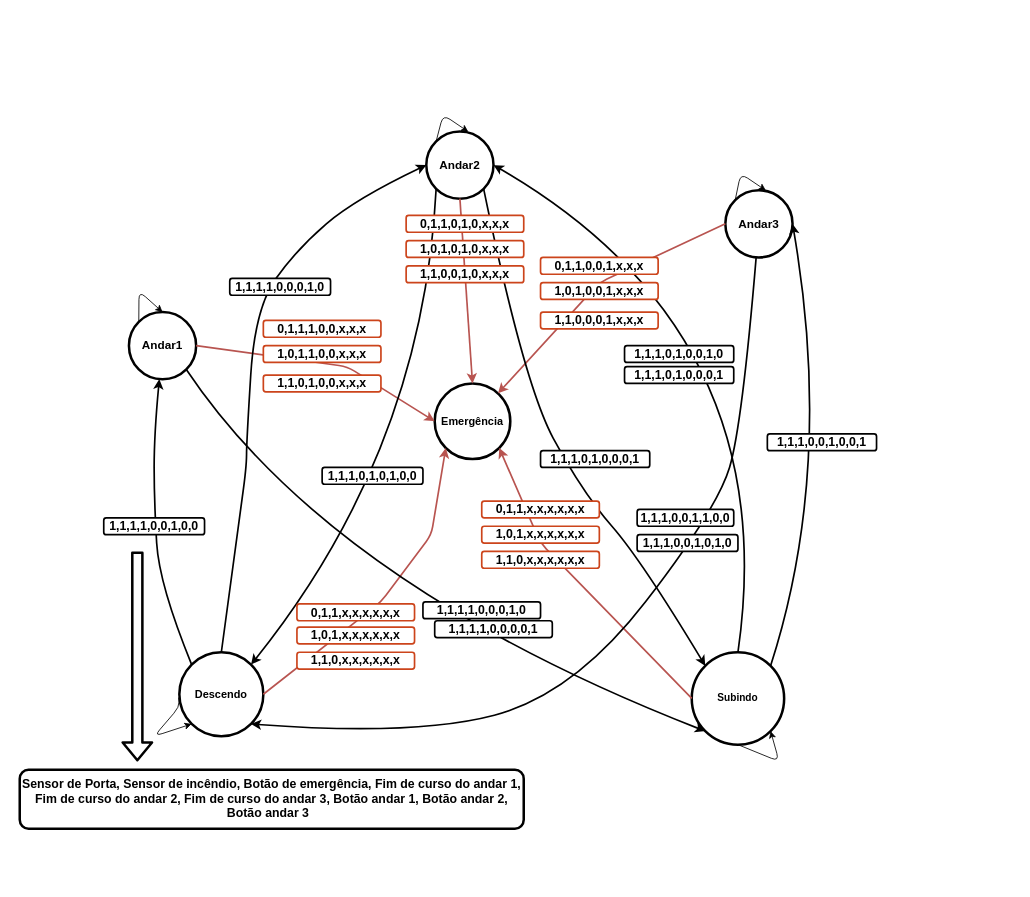
Above: GB/Elevador/Elevador.drawio in davischmitz/prototipacao-digital (draw.io), before the change. Source tidied: cells renumbered, new cells numbered last; positions are measured from the earlier drawing's top-left corner, leaving out a move shared by most shapes. Both pictures are drawn from the tidied source at 84%, with x=0, y=0 at pixel (19, 114).
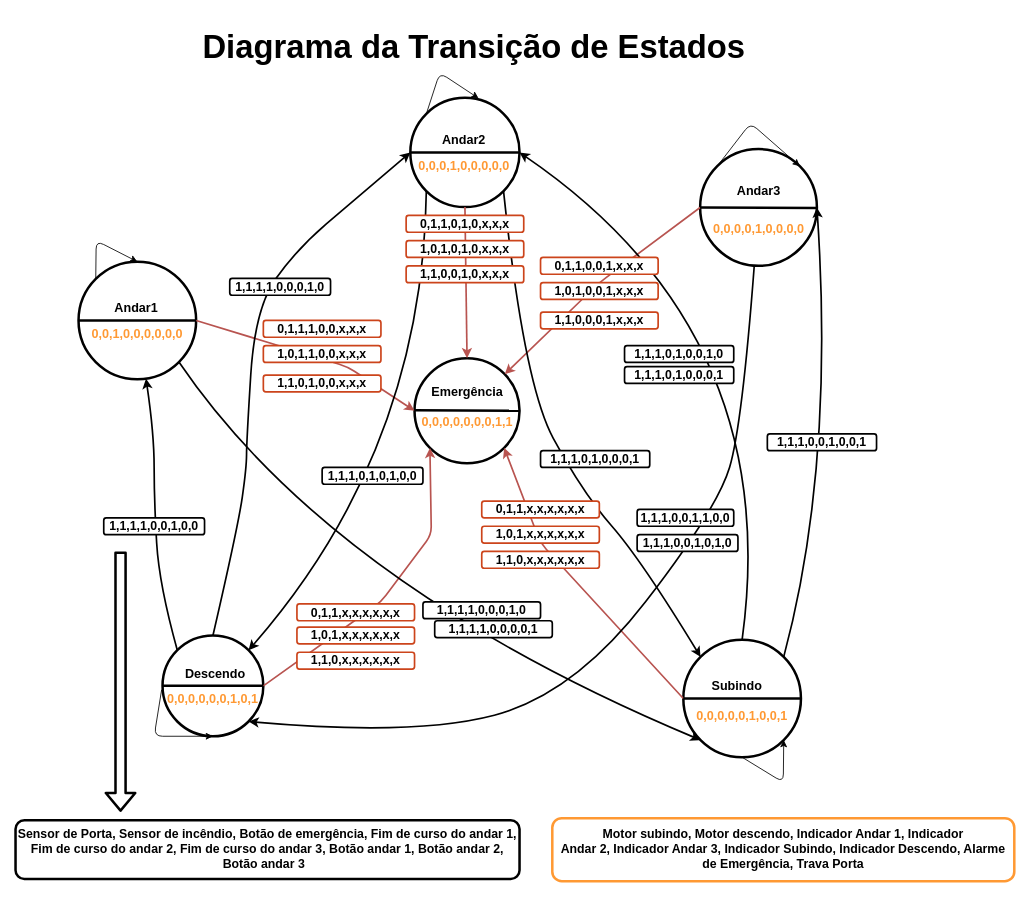
The same diagram, later.

Commit message (it also covers changes not shown here):
feat(elevador): atualizando diagrama

What changed in the source:
```diff
@@
-    <mxCell id="2" value="&lt;b&gt;&lt;font style=&quot;font-size: 14px&quot;&gt;Andar1&lt;/font&gt;&lt;/b&gt;" style="ellipse;whiteSpace=wrap;html=1;strokeWidth=3;" parent="1" vertex="1">
-      <mxGeometry x="130" y="235" width="80" height="80" as="geometry" />
+    <mxCell id="2" style="ellipse;whiteSpace=wrap;html=1;strokeWidth=3;" parent="1" vertex="1">
+      <mxGeometry x="70" y="175" width="140" height="140" as="geometry" />
     </mxCell>
-    <mxCell id="3" value="&lt;b style=&quot;font-size: 14px&quot;&gt;Andar2&lt;/b&gt;" style="ellipse;whiteSpace=wrap;html=1;strokeWidth=3;" parent="1" vertex="1">
-      <mxGeometry x="484" y="20" width="80" height="80" as="geometry" />
+    <mxCell id="3" style="ellipse;whiteSpace=wrap;html=1;strokeWidth=3;" parent="1" vertex="1">
+      <mxGeometry x="465" y="-20" width="130" height="130" as="geometry" />
     </mxCell>
-    <mxCell id="4" value="&lt;b&gt;&lt;font style=&quot;font-size: 14px&quot;&gt;Andar3&lt;/font&gt;&lt;/b&gt;" style="ellipse;whiteSpace=wrap;html=1;strokeWidth=3;" parent="1" vertex="1">
-      <mxGeometry x="840" y="90" width="80" height="80" as="geometry" />
+    <mxCell id="4" style="ellipse;whiteSpace=wrap;html=1;strokeWidth=3;" parent="1" vertex="1">
+      <mxGeometry x="810" y="41" width="139" height="139" as="geometry" />
     </mxCell>
-    <mxCell id="5" value="&lt;b&gt;Subindo&lt;/b&gt;" style="ellipse;whiteSpace=wrap;html=1;strokeWidth=3;" parent="1" vertex="1">
-      <mxGeometry x="800" y="640" width="110" height="110" as="geometry" />
+    <mxCell id="5" style="ellipse;whiteSpace=wrap;html=1;strokeWidth=3;" parent="1" vertex="1">
+      <mxGeometry x="790" y="625" width="140" height="140" as="geometry" />
     </mxCell>
-    <mxCell id="6" value="&lt;b&gt;&lt;font style=&quot;font-size: 13px&quot;&gt;Descendo&lt;/font&gt;&lt;/b&gt;" style="ellipse;whiteSpace=wrap;html=1;strokeWidth=3;" parent="1" vertex="1">
-      <mxGeometry x="190" y="640" width="100" height="100" as="geometry" />
+    <mxCell id="6" style="ellipse;whiteSpace=wrap;html=1;strokeWidth=3;" parent="1" vertex="1">
+      <mxGeometry x="170" y="620" width="120" height="120" as="geometry" />
     </mxCell>
-    <mxCell id="7" value="&lt;b&gt;&lt;font style=&quot;font-size: 13px&quot;&gt;Emergência&lt;/font&gt;&lt;/b&gt;" style="ellipse;whiteSpace=wrap;html=1;strokeWidth=3;" parent="1" vertex="1">
-      <mxGeometry x="494" y="320" width="90" height="90" as="geometry" />
+    <mxCell id="7" style="ellipse;whiteSpace=wrap;html=1;strokeWidth=3;" parent="1" vertex="1">
+      <mxGeometry x="470" y="290" width="125" height="125" as="geometry" />
     </mxCell>
@@
     <mxCell id="21" style="endArrow=classic;html=1;exitX=0;exitY=0;exitDx=0;exitDy=0;entryX=0.625;entryY=0.004;entryDx=0;entryDy=0;entryPerimeter=0;" parent="1" edge="1" source="3" target="3">
       <mxGeometry relative="1" as="geometry">
         <Array as="points">
-          <mxPoint x="504" />
+          <mxPoint x="500" y="-50" />
         </Array>
       </mxGeometry>
     </mxCell>
@@
-    <mxCell id="32" style="endArrow=classic;html=1;entryX=0.625;entryY=0.004;entryDx=0;entryDy=0;entryPerimeter=0;exitX=0;exitY=0;exitDx=0;exitDy=0;" parent="1" edge="1" source="4">
+    <mxCell id="32" style="endArrow=classic;html=1;entryX=1;entryY=0;entryDx=0;entryDy=0;exitX=0;exitY=0;exitDx=0;exitDy=0;" parent="1" edge="1" source="4" target="4">
       <mxGeometry relative="1" as="geometry">
-        <mxPoint x="888.3" y="90.3" as="targetPoint" />
         <Array as="points">
-          <mxPoint x="858.3" y="70" />
+          <mxPoint x="870" y="10" />
         </Array>
       </mxGeometry>
     </mxCell>
     <mxCell id="33" style="endArrow=classic;html=1;entryX=0.5;entryY=0;entryDx=0;entryDy=0;exitX=0;exitY=0;exitDx=0;exitDy=0;" parent="1" edge="1" source="2" target="2">
       <mxGeometry relative="1" as="geometry">
         <Array as="points">
-          <mxPoint x="142" y="210" />
+          <mxPoint x="91" y="150" />
         </Array>
       </mxGeometry>
     </mxCell>
-    <mxCell id="34" style="endArrow=classic;html=1;exitX=-0.009;exitY=0.539;exitDx=0;exitDy=0;entryX=0;entryY=1;entryDx=0;entryDy=0;exitPerimeter=0;" parent="1" edge="1" source="6" target="6">
+    <mxCell id="34" style="endArrow=classic;html=1;exitX=-0.009;exitY=0.539;exitDx=0;exitDy=0;entryX=0.5;entryY=1;entryDx=0;entryDy=0;exitPerimeter=0;" parent="1" edge="1" source="6" target="6">
       <mxGeometry relative="1" as="geometry">
         <Array as="points">
-          <mxPoint x="190" y="705" />
           <mxPoint x="160" y="740" />
         </Array>
       </mxGeometry>
     </mxCell>
     <mxCell id="35" style="endArrow=classic;html=1;exitX=0.5;exitY=1;exitDx=0;exitDy=0;entryX=1;entryY=1;entryDx=0;entryDy=0;" parent="1" edge="1" source="5" target="5">
       <mxGeometry relative="1" as="geometry">
         <Array as="points">
-          <mxPoint x="904" y="770" />
+          <mxPoint x="909" y="795" />
         </Array>
       </mxGeometry>
     </mxCell>
     <mxCell id="36" style="shape=flexArrow;endArrow=classic;html=1;strokeWidth=3;" parent="1" edge="1">
       <mxGeometry relative="1" as="geometry">
-        <mxPoint x="140" y="520" as="sourcePoint" />
-        <mxPoint x="140" y="770" as="targetPoint" />
+        <mxPoint x="120" y="520" as="sourcePoint" />
+        <mxPoint x="120" y="830" as="targetPoint" />
       </mxGeometry>
     </mxCell>
     <mxCell id="37" value="&lt;font face=&quot;arial&quot;&gt;&lt;span style=&quot;font-size: 14.6667px&quot;&gt;&lt;b&gt;Sensor de Porta, Sensor de incêndio, Botão de emergência, Fim de curso do andar 1, Fim de curso do andar 2, Fim de curso do andar 3, Botão andar 1, Botão andar 2, Botão andar 3&amp;nbsp;&amp;nbsp;&lt;/b&gt;&lt;/span&gt;&lt;/font&gt;" style="text;html=1;align=center;verticalAlign=middle;whiteSpace=wrap;rounded=1;shadow=0;strokeColor=#000000;glass=0;fillColor=#ffffff;strokeWidth=3;" parent="1" vertex="1">
-      <mxGeometry y="780" width="600" height="70" as="geometry" />
+      <mxGeometry x="-5" y="840" width="600" height="70" as="geometry" />
     </mxCell>
@@
+    <mxCell id="54" value="&lt;b&gt;&lt;font style=&quot;font-size: 15px&quot;&gt;Andar2&lt;/font&gt;&lt;/b&gt;" style="text;html=1;strokeColor=none;fillColor=none;align=center;verticalAlign=middle;whiteSpace=wrap;rounded=0;strokeWidth=3;" parent="1" vertex="1">
+      <mxGeometry x="509" y="15" width="40" height="30" as="geometry" />
+    </mxCell>
+    <mxCell id="55" style="endArrow=none;html=1;strokeWidth=3;exitX=0;exitY=0.5;exitDx=0;exitDy=0;entryX=1;entryY=0.5;entryDx=0;entryDy=0;" parent="1" edge="1" source="3" target="3">
+      <mxGeometry relative="1" as="geometry" />
+    </mxCell>
+    <mxCell id="56" value="&lt;span style=&quot;font-size: 15px&quot;&gt;&lt;b&gt;&lt;font color=&quot;#ff9933&quot;&gt;0,0,0,1,0,0,0,0,0&lt;/font&gt;&lt;/b&gt;&lt;/span&gt;" style="text;html=1;strokeColor=none;fillColor=none;align=center;verticalAlign=middle;whiteSpace=wrap;rounded=0;" parent="1" vertex="1">
+      <mxGeometry x="509" y="45" width="40" height="30" as="geometry" />
+    </mxCell>
+    <mxCell id="57" value="&lt;b&gt;&lt;font style=&quot;font-size: 15px&quot;&gt;Andar1&lt;/font&gt;&lt;/b&gt;" style="text;html=1;strokeColor=none;fillColor=none;align=center;verticalAlign=middle;whiteSpace=wrap;rounded=0;strokeWidth=3;" parent="1" vertex="1">
+      <mxGeometry x="119" y="215" width="40" height="30" as="geometry" />
+    </mxCell>
+    <mxCell id="58" style="endArrow=none;html=1;strokeWidth=3;exitX=0;exitY=0.5;exitDx=0;exitDy=0;" parent="1" edge="1" source="2">
+      <mxGeometry relative="1" as="geometry">
+        <mxPoint x="210" y="245" as="targetPoint" />
+      </mxGeometry>
+    </mxCell>
+    <mxCell id="59" value="&lt;b&gt;&lt;font style=&quot;font-size: 15px&quot;&gt;Andar3&lt;/font&gt;&lt;/b&gt;" style="text;html=1;strokeColor=none;fillColor=none;align=center;verticalAlign=middle;whiteSpace=wrap;rounded=0;strokeWidth=3;" parent="1" vertex="1">
+      <mxGeometry x="859.5" y="75" width="40" height="30" as="geometry" />
+    </mxCell>
+    <mxCell id="60" style="endArrow=none;html=1;strokeWidth=3;exitX=0;exitY=0.5;exitDx=0;exitDy=0;" parent="1" edge="1" source="4">
+      <mxGeometry relative="1" as="geometry">
+        <mxPoint x="950" y="111" as="targetPoint" />
+      </mxGeometry>
+    </mxCell>
+    <mxCell id="61" value="&lt;b style=&quot;font-size: 15px&quot;&gt;&lt;font color=&quot;#ff9933&quot;&gt;0,0,0,0,1,0,0,0,0&lt;/font&gt;&lt;/b&gt;" style="text;html=1;strokeColor=none;fillColor=none;align=center;verticalAlign=middle;whiteSpace=wrap;rounded=0;" parent="1" vertex="1">
+      <mxGeometry x="859.5" y="120" width="40" height="30" as="geometry" />
+    </mxCell>
+    <mxCell id="62" value="&lt;b&gt;&lt;font style=&quot;font-size: 15px&quot;&gt;Subindo&lt;/font&gt;&lt;/b&gt;" style="text;html=1;strokeColor=none;fillColor=none;align=center;verticalAlign=middle;whiteSpace=wrap;rounded=0;strokeWidth=3;" parent="1" vertex="1">
+      <mxGeometry x="834" y="665" width="40" height="30" as="geometry" />
+    </mxCell>
+    <mxCell id="63" style="endArrow=none;html=1;strokeWidth=3;entryX=1;entryY=0.5;entryDx=0;entryDy=0;" parent="1" edge="1" target="5">
+      <mxGeometry relative="1" as="geometry">
+        <mxPoint x="790" y="695" as="sourcePoint" />
+      </mxGeometry>
+    </mxCell>
+    <mxCell id="64" value="&lt;b&gt;&lt;font style=&quot;font-size: 15px&quot;&gt;Descendo&lt;/font&gt;&lt;/b&gt;" style="text;html=1;strokeColor=none;fillColor=none;align=center;verticalAlign=middle;whiteSpace=wrap;rounded=0;strokeWidth=3;" parent="1" vertex="1">
+      <mxGeometry x="213" y="650" width="40" height="30" as="geometry" />
+    </mxCell>
+    <mxCell id="65" style="endArrow=none;html=1;strokeWidth=3;exitX=0;exitY=0.5;exitDx=0;exitDy=0;" parent="1" edge="1" source="6">
+      <mxGeometry relative="1" as="geometry">
+        <mxPoint x="290" y="680" as="targetPoint" />
+      </mxGeometry>
+    </mxCell>
+    <mxCell id="66" value="&lt;b&gt;&lt;font style=&quot;font-size: 15px&quot;&gt;Emergência&lt;/font&gt;&lt;/b&gt;" style="text;html=1;strokeColor=none;fillColor=none;align=center;verticalAlign=middle;whiteSpace=wrap;rounded=0;strokeWidth=3;" parent="1" vertex="1">
+      <mxGeometry x="512.5" y="315" width="40" height="30" as="geometry" />
+    </mxCell>
+    <mxCell id="67" style="endArrow=none;html=1;strokeWidth=3;entryX=1;entryY=0.5;entryDx=0;entryDy=0;" parent="1" edge="1" target="7">
+      <mxGeometry relative="1" as="geometry">
+        <mxPoint x="470" y="352" as="sourcePoint" />
+      </mxGeometry>
+    </mxCell>
+    <mxCell id="68" value="&lt;h1&gt;&lt;font style=&quot;font-size: 39px&quot;&gt;Diagrama da Transição de Estados&lt;/font&gt;&lt;/h1&gt;" style="text;html=1;strokeColor=none;fillColor=none;align=center;verticalAlign=middle;whiteSpace=wrap;rounded=0;strokeWidth=6;" parent="1" vertex="1">
+      <mxGeometry x="208" y="-90" width="666" height="20" as="geometry" />
+    </mxCell>
+    <mxCell id="69" value="&lt;font face=&quot;arial&quot;&gt;&lt;span style=&quot;font-size: 14.6667px&quot;&gt;&lt;b&gt;Motor subindo, Motor descendo, Indicador Andar 1,&amp;nbsp;&lt;/b&gt;&lt;/span&gt;&lt;/font&gt;&lt;b style=&quot;font-family: &amp;#34;arial&amp;#34; ; font-size: 14.6667px&quot;&gt;Indicador Andar&amp;nbsp;&lt;/b&gt;&lt;font face=&quot;arial&quot;&gt;&lt;span style=&quot;font-size: 14.6667px&quot;&gt;&lt;b&gt;2,&amp;nbsp;&lt;/b&gt;&lt;/span&gt;&lt;/font&gt;&lt;b style=&quot;font-family: &amp;#34;arial&amp;#34; ; font-size: 14.6667px&quot;&gt;Indicador Andar&amp;nbsp;&lt;/b&gt;&lt;font face=&quot;arial&quot;&gt;&lt;span style=&quot;font-size: 14.6667px&quot;&gt;&lt;b&gt;3,&amp;nbsp;&lt;/b&gt;&lt;/span&gt;&lt;/font&gt;&lt;b style=&quot;font-family: &amp;#34;arial&amp;#34; ; font-size: 14.6667px&quot;&gt;Indicador &lt;/b&gt;&lt;font face=&quot;arial&quot;&gt;&lt;span style=&quot;font-size: 14.6667px&quot;&gt;&lt;b&gt;Subindo, Indicador Descendo, Alarme de Emergência, Trava Porta&lt;/b&gt;&lt;/span&gt;&lt;/font&gt;" style="text;html=1;align=center;verticalAlign=middle;whiteSpace=wrap;rounded=1;shadow=0;glass=0;fillColor=#ffffff;strokeWidth=3;strokeColor=#FF9933;" parent="1" vertex="1">
+      <mxGeometry x="634" y="837.5" width="550" height="75" as="geometry" />
+    </mxCell>
+    <mxCell id="70" value="&lt;b style=&quot;font-size: 15px&quot;&gt;&lt;font color=&quot;#ff9933&quot;&gt;0,0,0,0,0,1,0,0,1&lt;/font&gt;&lt;/b&gt;" style="text;html=1;strokeColor=none;fillColor=none;align=center;verticalAlign=middle;whiteSpace=wrap;rounded=0;" parent="1" vertex="1">
+      <mxGeometry x="840" y="700" width="40" height="30" as="geometry" />
+    </mxCell>
+    <mxCell id="71" value="&lt;b style=&quot;font-size: 15px&quot;&gt;&lt;font color=&quot;#ff9933&quot;&gt;0,0,0,0,0,0,1,0,1&lt;/font&gt;&lt;/b&gt;" style="text;html=1;strokeColor=none;fillColor=none;align=center;verticalAlign=middle;whiteSpace=wrap;rounded=0;" parent="1" vertex="1">
+      <mxGeometry x="210" y="680" width="40" height="30" as="geometry" />
+    </mxCell>
+    <mxCell id="72" value="&lt;span style=&quot;font-size: 15px&quot;&gt;&lt;b&gt;&lt;font color=&quot;#ff9933&quot;&gt;0,0,1,0,0,0,0,0,0&lt;/font&gt;&lt;/b&gt;&lt;/span&gt;" style="text;html=1;strokeColor=none;fillColor=none;align=center;verticalAlign=middle;whiteSpace=wrap;rounded=0;" parent="1" vertex="1">
+      <mxGeometry x="120" y="245" width="40" height="30" as="geometry" />
+    </mxCell>
+    <mxCell id="73" value="&lt;b style=&quot;font-size: 15px&quot;&gt;&lt;font color=&quot;#ff9933&quot;&gt;0,0,0,0,0,0,0,1,1&lt;/font&gt;&lt;/b&gt;" style="text;html=1;strokeColor=none;fillColor=none;align=center;verticalAlign=middle;whiteSpace=wrap;rounded=0;" parent="1" vertex="1">
+      <mxGeometry x="512.5" y="350" width="40" height="30" as="geometry" />
+    </mxCell>
```
